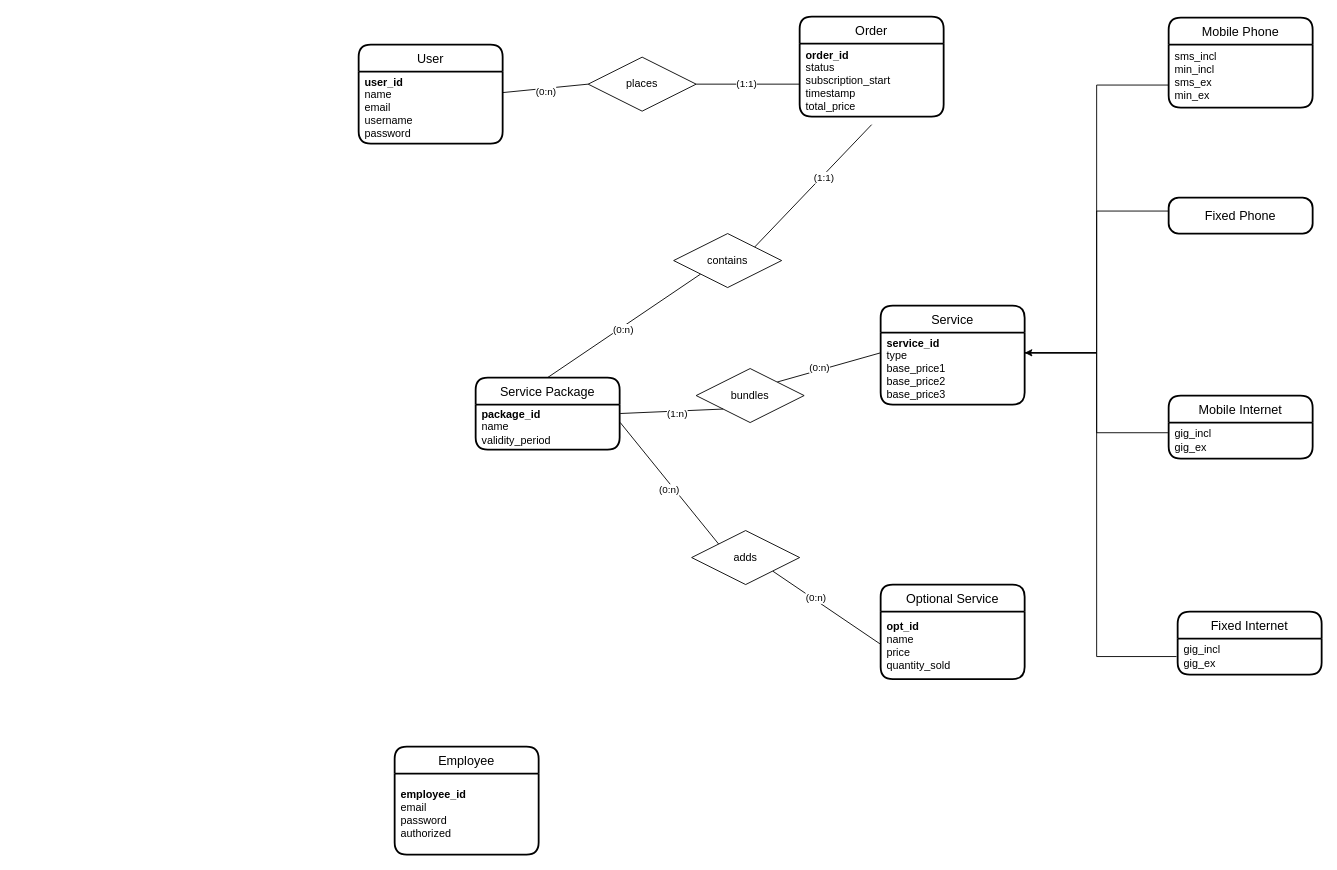
This is working_docs/entity_relationship_diagram_v2.drawio from gabrielemarra/TelcoService-WebApp-JavaEE, a draw.io file, before an edit. Source tidied: cells renumbered, new cells numbered last; positions are measured from the earlier drawing's top-left corner, leaving out a move shared by most shapes. Both pictures are drawn from the tidied source at 90%, with x=0, y=0 at pixel (358, 16).
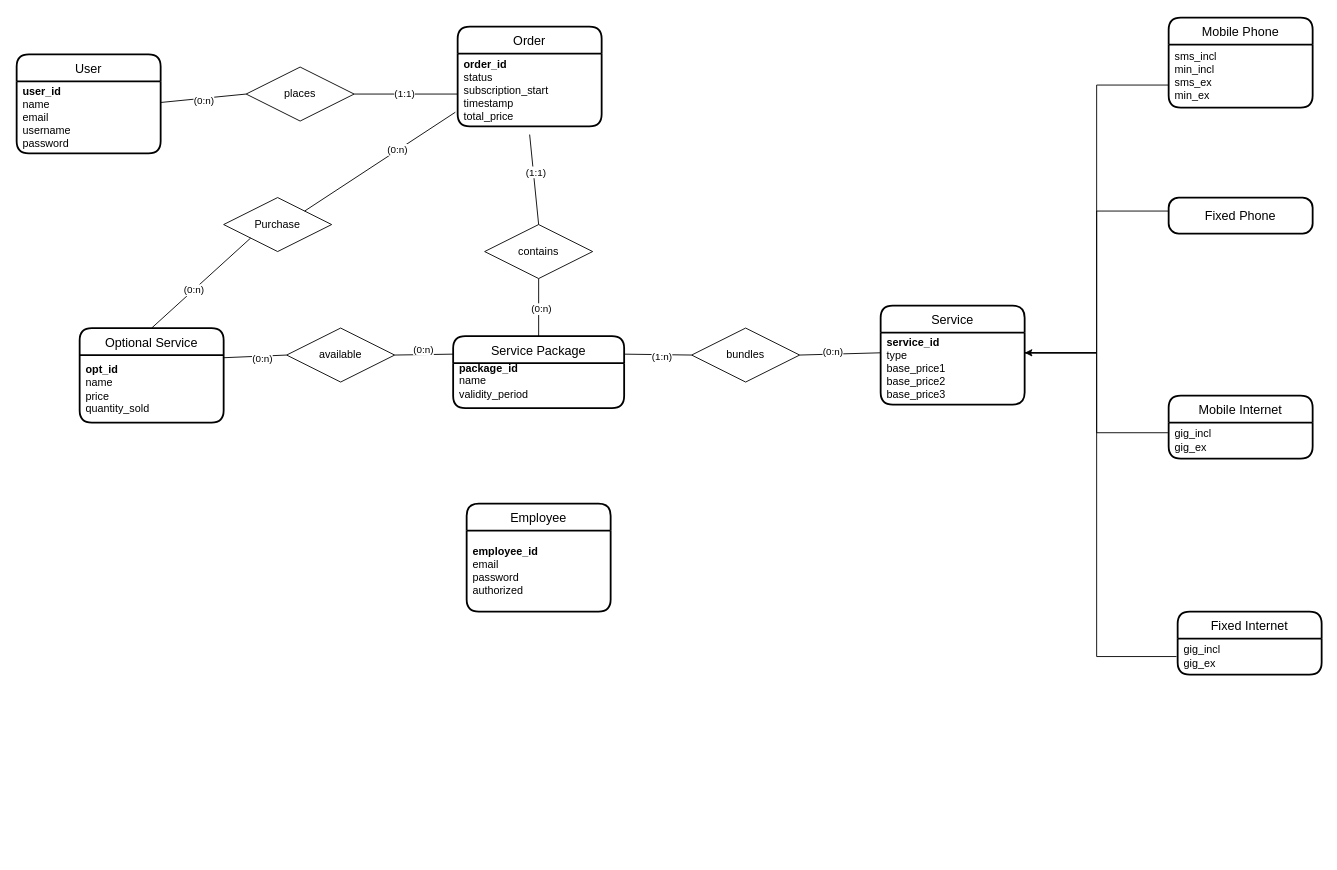
After the change.

Commit message:
adding relation between optional service and order

The change refers to these unchanged cells:
```xml
<mxCell id="11" value="&lt;div&gt;&lt;b&gt;order_id&lt;/b&gt;&lt;/div&gt;&lt;div&gt;status&lt;/div&gt;&lt;div&gt;subscription_start&lt;/div&gt;&lt;div&gt;timestamp&lt;/div&gt;&lt;div&gt;total_price&lt;br&gt;&lt;/div&gt;" style="text;html=1;align=left;verticalAlign=middle;points=[];strokeColor=none;fillColor=none;spacingLeft=5;" parent="10" vertex="1">
  <mxGeometry y="30" width="160" height="81" as="geometry" />
</mxCell>
<mxCell id="24" value="&lt;div align=&quot;left&quot;&gt;&lt;b&gt;opt_id&lt;/b&gt;&lt;/div&gt;&lt;div align=&quot;left&quot;&gt;name&lt;/div&gt;&lt;div align=&quot;left&quot;&gt;price&lt;/div&gt;&lt;div align=&quot;left&quot;&gt;&lt;span lang=&quot;EN-US&quot;&gt;quantity_sold&lt;/span&gt;&lt;/div&gt;" style="text;html=1;align=left;verticalAlign=middle;points=[];strokeColor=none;fillColor=none;spacingLeft=5;" parent="23" vertex="1">
  <mxGeometry y="30" width="160" height="75" as="geometry" />
</mxCell>
```

Diff of the diagram source:
```diff
@@
     <mxCell id="4" style="edgeStyle=none;rounded=0;jettySize=auto;html=1;exitX=1;exitY=0.5;exitDx=0;exitDy=0;entryX=0;entryY=0.5;entryDx=0;entryDy=0;endArrow=none;endFill=0;strokeColor=default;" parent="1" edge="1" source="6">
       <mxGeometry relative="1" as="geometry">
-        <mxPoint x="490" y="75" as="targetPoint" />
+        <mxPoint x="110" y="86" as="targetPoint" />
       </mxGeometry>
     </mxCell>
@@
     <mxCell id="6" value="places" style="shape=rhombus;perimeter=rhombusPerimeter;whiteSpace=wrap;html=1;align=center;" parent="1" vertex="1">
-      <mxGeometry x="255" y="45" width="120" height="60" as="geometry" />
+      <mxGeometry x="-125" y="56" width="120" height="60" as="geometry" />
     </mxCell>
-    <mxCell id="7" style="edgeStyle=none;rounded=0;jettySize=auto;html=1;exitX=0;exitY=1;exitDx=0;exitDy=0;entryX=0.5;entryY=0;entryDx=0;entryDy=0;endArrow=none;endFill=0;strokeColor=default;" parent="1" edge="1" source="9" target="12">
+    <mxCell id="7" style="edgeStyle=none;rounded=0;jettySize=auto;html=1;exitX=0.5;exitY=1;exitDx=0;exitDy=0;entryX=0.5;entryY=0;entryDx=0;entryDy=0;endArrow=none;endFill=0;strokeColor=default;" parent="1" edge="1" source="9" target="12">
       <mxGeometry relative="1" as="geometry" />
     </mxCell>
@@
     <mxCell id="9" value="contains" style="shape=rhombus;perimeter=rhombusPerimeter;whiteSpace=wrap;html=1;align=center;" parent="1" vertex="1">
-      <mxGeometry x="350" y="241" width="120" height="60" as="geometry" />
+      <mxGeometry x="140" y="231" width="120" height="60" as="geometry" />
     </mxCell>
     <mxCell id="10" value="Order" style="swimlane;horizontal=1;startSize=30;rounded=1;fontSize=14;fontStyle=0;strokeWidth=2;shadow=0;dashed=0;align=center;" parent="1" vertex="1">
-      <mxGeometry x="490" width="160" height="111" as="geometry" />
+      <mxGeometry x="110" y="11" width="160" height="111" as="geometry" />
     </mxCell>
@@
     <mxCell id="12" value="Service Package" style="swimlane;horizontal=1;startSize=30;rounded=1;fontSize=14;fontStyle=0;strokeWidth=2;shadow=0;dashed=0;align=center;" parent="1" vertex="1">
-      <mxGeometry x="130" y="401" width="160" height="80" as="geometry" />
+      <mxGeometry x="105" y="355" width="190" height="80" as="geometry" />
     </mxCell>
     <mxCell id="13" value="&lt;div align=&quot;left&quot;&gt;&lt;b&gt;package_id&lt;/b&gt;&lt;/div&gt;&lt;div align=&quot;left&quot;&gt;name&lt;/div&gt;&lt;div align=&quot;left&quot;&gt;validity_period&lt;/div&gt;" style="text;html=1;align=left;verticalAlign=middle;points=[];strokeColor=none;fillColor=none;spacingLeft=5;" parent="12" vertex="1">
-      <mxGeometry y="30" width="160" height="50" as="geometry" />
+      <mxGeometry y="30" width="190" height="40" as="geometry" />
     </mxCell>
     <mxCell id="14" value="&#10;&#10;" style="align=left;strokeColor=none;fillColor=none;spacingLeft=4;fontSize=12;verticalAlign=top;" parent="12" vertex="1">
-      <mxGeometry y="80" width="160" as="geometry" />
+      <mxGeometry y="70" width="190" height="10" as="geometry" />
     </mxCell>
     <mxCell id="15" value="Employee" style="swimlane;horizontal=1;startSize=30;rounded=1;fontSize=14;fontStyle=0;strokeWidth=2;shadow=0;dashed=0;align=center;" parent="1" vertex="1">
-      <mxGeometry x="40" y="811" width="160" height="120" as="geometry" />
+      <mxGeometry x="120" y="541" width="160" height="120" as="geometry" />
     </mxCell>
@@
     <mxCell id="23" value="Optional Service" style="swimlane;horizontal=1;startSize=30;rounded=1;fontSize=14;fontStyle=0;strokeWidth=2;shadow=0;dashed=0;align=center;" parent="1" vertex="1">
-      <mxGeometry x="580" y="631" width="160" height="105" as="geometry" />
+      <mxGeometry x="-310" y="346" width="160" height="105" as="geometry" />
     </mxCell>
@@
-    <mxCell id="27" style="edgeStyle=none;rounded=0;jettySize=auto;html=1;exitX=0.5;exitY=1;exitDx=0;exitDy=0;entryX=1;entryY=0;entryDx=0;entryDy=0;endArrow=none;endFill=0;strokeColor=default;" parent="1" edge="1" target="9">
+    <mxCell id="27" style="edgeStyle=none;rounded=0;jettySize=auto;html=1;exitX=0.5;exitY=1;exitDx=0;exitDy=0;entryX=0.5;entryY=0;entryDx=0;entryDy=0;endArrow=none;endFill=0;strokeColor=default;" parent="1" edge="1" target="9">
       <mxGeometry relative="1" as="geometry">
-        <mxPoint x="570" y="120" as="sourcePoint" />
+        <mxPoint x="190" y="131" as="sourcePoint" />
       </mxGeometry>
     </mxCell>
@@
-    <mxCell id="29" style="edgeStyle=none;rounded=0;jettySize=auto;html=1;exitX=1;exitY=0;exitDx=0;exitDy=0;entryX=0;entryY=0.25;entryDx=0;entryDy=0;endArrow=none;endFill=0;strokeColor=default;" parent="1" edge="1" source="31">
+    <mxCell id="29" style="edgeStyle=none;rounded=0;jettySize=auto;html=1;exitX=1;exitY=0.5;exitDx=0;exitDy=0;entryX=0;entryY=0.25;entryDx=0;entryDy=0;endArrow=none;endFill=0;strokeColor=default;" parent="1" edge="1" source="31">
       <mxGeometry relative="1" as="geometry">
         <mxPoint x="580" y="373.5" as="targetPoint" />
       </mxGeometry>
     </mxCell>
@@
     <mxCell id="31" value="bundles" style="shape=rhombus;perimeter=rhombusPerimeter;whiteSpace=wrap;html=1;align=center;" parent="1" vertex="1">
-      <mxGeometry x="375" y="391" width="120" height="60" as="geometry" />
+      <mxGeometry x="370" y="346" width="120" height="60" as="geometry" />
     </mxCell>
-    <mxCell id="32" style="edgeStyle=none;rounded=0;jettySize=auto;html=1;exitX=1;exitY=1;exitDx=0;exitDy=0;entryX=-0.005;entryY=0.478;entryDx=0;entryDy=0;endArrow=none;endFill=0;strokeColor=default;entryPerimeter=0;" parent="1" edge="1" source="34" target="24">
+    <mxCell id="32" style="edgeStyle=none;rounded=0;jettySize=auto;html=1;exitX=0;exitY=0.5;exitDx=0;exitDy=0;entryX=0.995;entryY=0.04;entryDx=0;entryDy=0;endArrow=none;endFill=0;strokeColor=default;entryPerimeter=0;" parent="1" edge="1" source="34" target="24">
       <mxGeometry relative="1" as="geometry" />
     </mxCell>
@@
-    <mxCell id="34" value="adds" style="shape=rhombus;perimeter=rhombusPerimeter;whiteSpace=wrap;html=1;align=center;" parent="1" vertex="1">
-      <mxGeometry x="370" y="571" width="120" height="60" as="geometry" />
+    <mxCell id="34" value="available" style="shape=rhombus;perimeter=rhombusPerimeter;whiteSpace=wrap;html=1;align=center;" parent="1" vertex="1">
+      <mxGeometry x="-80" y="346" width="120" height="60" as="geometry" />
     </mxCell>
-    <mxCell id="35" style="edgeStyle=none;rounded=0;jettySize=auto;html=1;exitX=1.004;exitY=0.199;exitDx=0;exitDy=0;entryX=0;entryY=1;entryDx=0;entryDy=0;endArrow=none;endFill=0;strokeColor=default;exitPerimeter=0;" parent="1" edge="1" source="13" target="31">
+    <mxCell id="35" style="edgeStyle=none;rounded=0;jettySize=auto;html=1;exitX=1;exitY=0.25;exitDx=0;exitDy=0;entryX=0;entryY=0.5;entryDx=0;entryDy=0;endArrow=none;endFill=0;strokeColor=default;" parent="1" edge="1" source="12" target="31">
       <mxGeometry relative="1" as="geometry" />
     </mxCell>
@@
-    <mxCell id="37" style="edgeStyle=none;rounded=0;jettySize=auto;html=1;exitX=1.003;exitY=0.396;exitDx=0;exitDy=0;entryX=0;entryY=0;entryDx=0;entryDy=0;endArrow=none;endFill=0;strokeColor=default;exitPerimeter=0;" parent="1" edge="1" source="13" target="34">
+    <mxCell id="37" style="edgeStyle=none;rounded=0;jettySize=auto;html=1;exitX=0;exitY=0.25;exitDx=0;exitDy=0;entryX=1;entryY=0.5;entryDx=0;entryDy=0;endArrow=none;endFill=0;strokeColor=default;" parent="1" edge="1" source="12" target="34">
       <mxGeometry relative="1" as="geometry" />
     </mxCell>
@@
     <mxCell id="43" value="User" style="swimlane;horizontal=1;startSize=30;rounded=1;fontSize=14;fontStyle=0;strokeWidth=2;shadow=0;dashed=0;align=center;" parent="1" vertex="1">
-      <mxGeometry y="31" width="160" height="110" as="geometry" />
+      <mxGeometry x="-380" y="42" width="160" height="110" as="geometry" />
     </mxCell>
@@
+    <mxCell id="46" value="Purchase" style="shape=rhombus;perimeter=rhombusPerimeter;whiteSpace=wrap;html=1;align=center;" parent="1" vertex="1">
+      <mxGeometry x="-150" y="201" width="120" height="60" as="geometry" />
+    </mxCell>
+    <mxCell id="47" style="endArrow=none;html=1;rounded=0;exitX=1;exitY=0;exitDx=0;exitDy=0;entryX=-0.016;entryY=0.805;entryDx=0;entryDy=0;entryPerimeter=0;" parent="1" edge="1" source="46" target="11">
+      <mxGeometry relative="1" as="geometry" />
+    </mxCell>
+    <mxCell id="48" value="(0:n)" style="edgeLabel;html=1;align=center;verticalAlign=middle;" parent="47" vertex="1">
+      <mxGeometry x="0.23" y="1" relative="1" as="geometry" />
+    </mxCell>
+    <mxCell id="49" style="endArrow=none;html=1;rounded=0;exitX=0;exitY=1;exitDx=0;exitDy=0;entryX=0.5;entryY=0;entryDx=0;entryDy=0;" parent="1" edge="1" source="46" target="23">
+      <mxGeometry relative="1" as="geometry" />
+    </mxCell>
+    <mxCell id="50" value="(0:n)" style="edgeLabel;html=1;align=center;verticalAlign=middle;" parent="49" vertex="1">
+      <mxGeometry x="0.16" relative="1" as="geometry" />
+    </mxCell>
```
